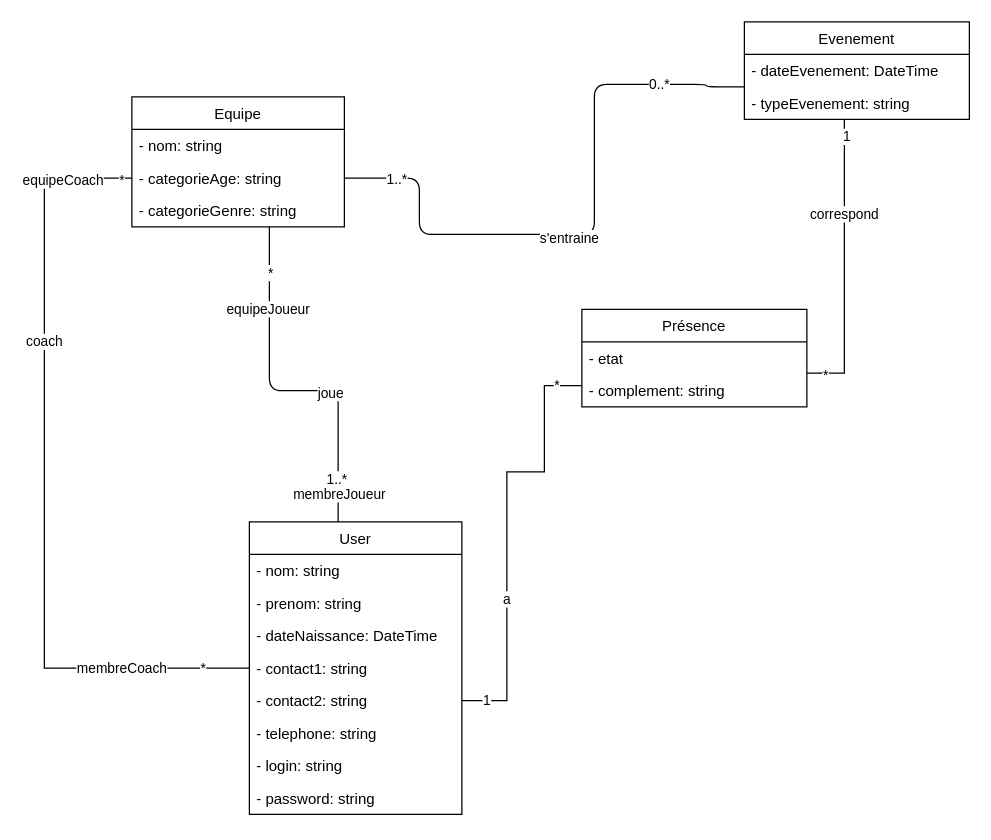
The draw.io diagram documentation/presenceUML.drawio in Loknit9/symfony_presence_white, before the edit. Source tidied: cells renumbered, new cells numbered last; positions are measured from the earlier drawing's top-left corner, leaving out a move shared by most shapes. Both pictures are drawn from the tidied source at 125%, with x=0, y=0 at pixel (44, 21).
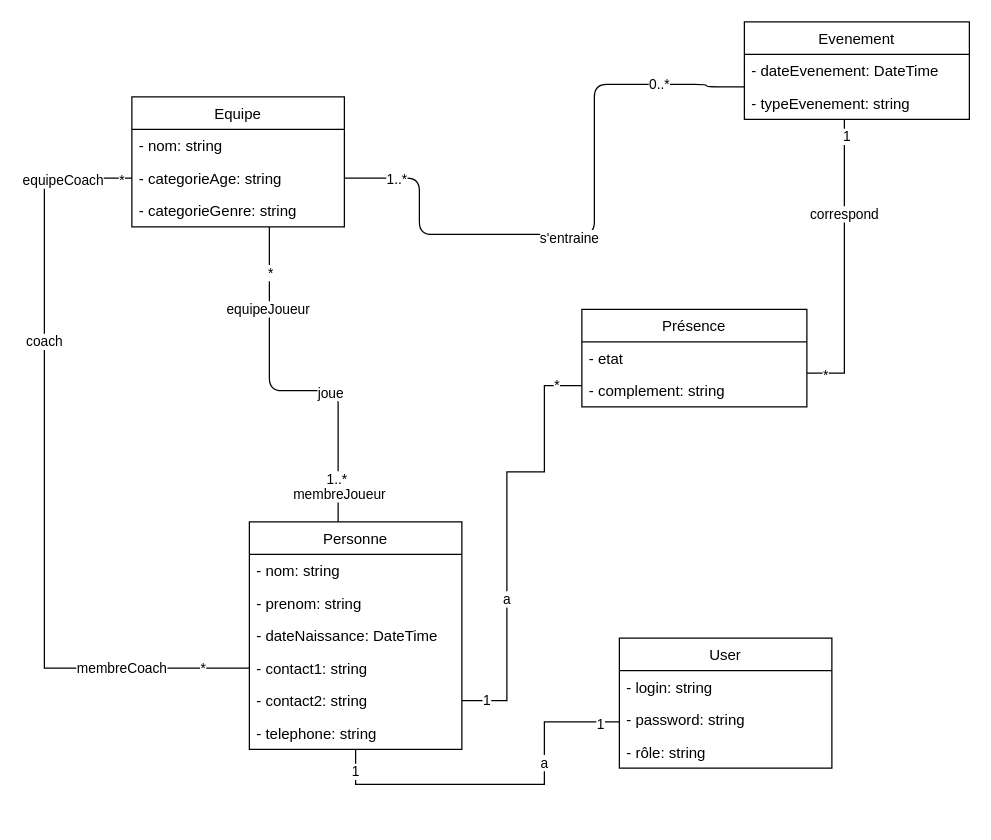
Above is the later version.

Change to the diagram source:
```diff
@@
-    <mxCell id="2" value="User" style="swimlane;fontStyle=0;horizontal=1;startSize=26;fillColor=none;" parent="1" vertex="1">
-      <mxGeometry x="164" y="400" width="170" height="234" as="geometry" />
+    <mxCell id="2" value="Personne" style="swimlane;fontStyle=0;horizontal=1;startSize=26;fillColor=none;" parent="1" vertex="1">
+      <mxGeometry x="164" y="400" width="170" height="182" as="geometry" />
     </mxCell>
@@
-    <mxCell id="9" value="- login: string" style="text;strokeColor=none;fillColor=none;align=left;verticalAlign=top;spacingLeft=4;spacingRight=4;overflow=hidden;" parent="2" vertex="1">
-      <mxGeometry y="182" width="170" height="26" as="geometry" />
-    </mxCell>
-    <mxCell id="10" value="- password: string" style="text;strokeColor=none;fillColor=none;align=left;verticalAlign=top;spacingLeft=4;spacingRight=4;overflow=hidden;" parent="2" vertex="1">
-      <mxGeometry y="208" width="170" height="26" as="geometry" />
-    </mxCell>
@@
+    <mxCell id="45" value="User" style="swimlane;fontStyle=0;horizontal=1;startSize=26;fillColor=none;" parent="1" vertex="1">
+      <mxGeometry x="460" y="493" width="170" height="104" as="geometry" />
+    </mxCell>
+    <mxCell id="9" value="- login: string" style="text;strokeColor=none;fillColor=none;align=left;verticalAlign=top;spacingLeft=4;spacingRight=4;overflow=hidden;" parent="45" vertex="1">
+      <mxGeometry y="26" width="170" height="26" as="geometry" />
+    </mxCell>
+    <mxCell id="10" value="- password: string" style="text;strokeColor=none;fillColor=none;align=left;verticalAlign=top;spacingLeft=4;spacingRight=4;overflow=hidden;" parent="45" vertex="1">
+      <mxGeometry y="52" width="170" height="26" as="geometry" />
+    </mxCell>
+    <mxCell id="46" value="- rôle: string" style="text;strokeColor=none;fillColor=none;align=left;verticalAlign=top;spacingLeft=4;spacingRight=4;overflow=hidden;" parent="45" vertex="1">
+      <mxGeometry y="78" width="170" height="26" as="geometry" />
+    </mxCell>
+    <mxCell id="47" style="edgeStyle=orthogonalEdgeStyle;rounded=0;jettySize=auto;html=1;endArrow=none;endFill=0;" parent="1" edge="1" source="45" target="2">
+      <mxGeometry relative="1" as="geometry">
+        <Array as="points">
+          <mxPoint x="400" y="560" />
+          <mxPoint x="400" y="610" />
+          <mxPoint x="249" y="610" />
+        </Array>
+      </mxGeometry>
+    </mxCell>
+    <mxCell id="48" value="1" style="edgeLabel;html=1;align=center;verticalAlign=middle;" parent="47" vertex="1">
+      <mxGeometry x="0.88" y="1" relative="1" as="geometry" />
+    </mxCell>
+    <mxCell id="49" value="1" style="edgeLabel;html=1;align=center;verticalAlign=middle;" parent="47" vertex="1">
+      <mxGeometry x="-0.89" y="1" relative="1" as="geometry" />
+    </mxCell>
+    <mxCell id="50" value="a" style="edgeLabel;html=1;align=center;verticalAlign=middle;" parent="47" vertex="1">
+      <mxGeometry x="-0.36" y="-1" relative="1" as="geometry" />
+    </mxCell>
```
